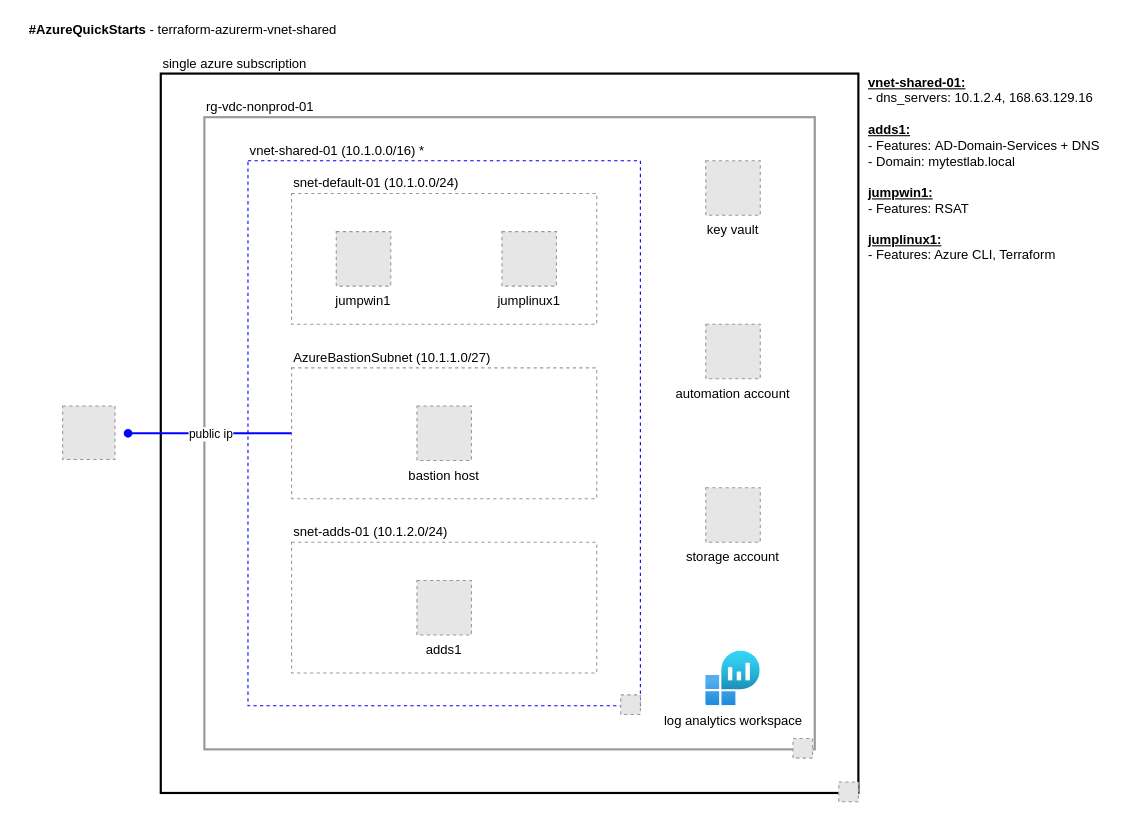
doherty100/azuresandbox keeps this draw.io diagram as terraform-azurerm-vnet-shared/vnet-shared-diagram.drawio. Above is the earlier version. Source tidied: cells renumbered, new cells numbered last; positions are measured from the earlier drawing's top-left corner, leaving out a move shared by most shapes. Both pictures are drawn from the tidied source at 109%, with x=0, y=0 at pixel (19, 19). Pictures stored in the file or linked from it are replaced by grey dashed boxes.
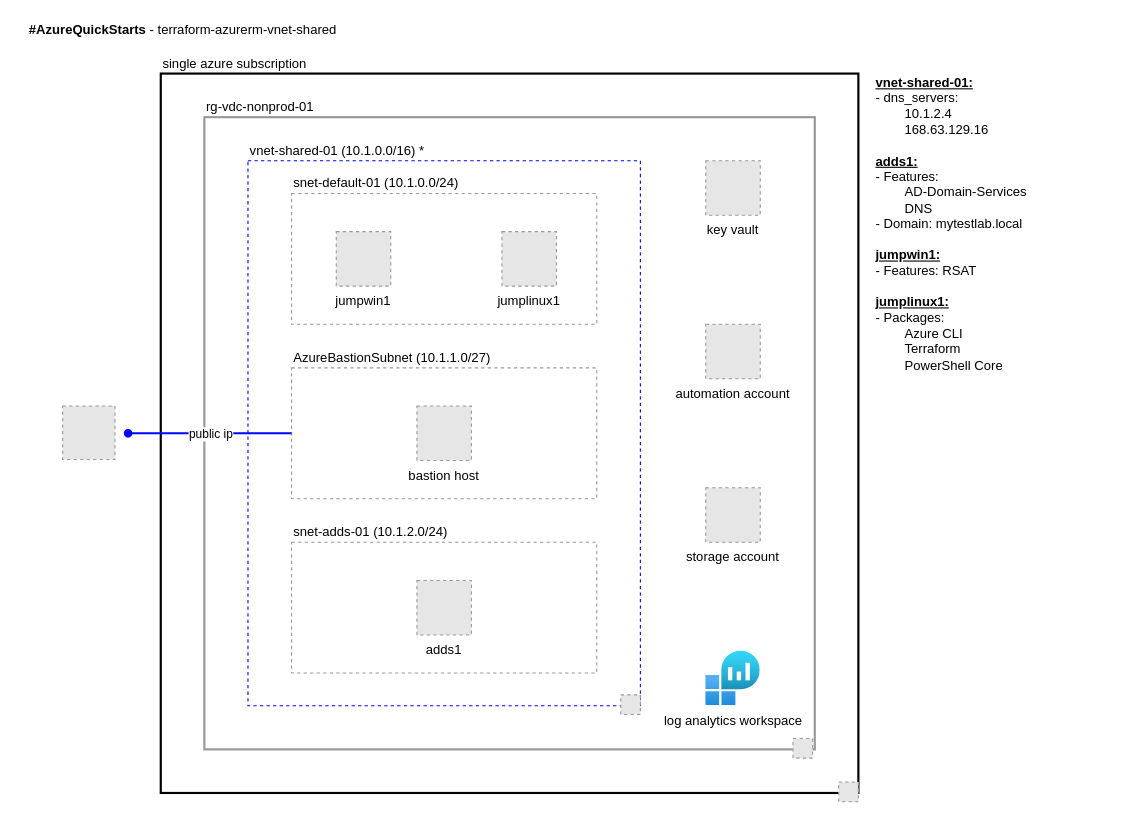
After the change.

Diff of the diagram source:
```diff
@@
-    <mxCell id="20" value="&lt;div style=&quot;text-align: left&quot;&gt;&lt;span&gt;&lt;u&gt;&lt;b&gt;vnet-shared-01:&lt;/b&gt;&lt;/u&gt;&lt;/span&gt;&lt;/div&gt;&lt;div style=&quot;text-align: left&quot;&gt;&lt;span&gt;- dns_servers:&amp;nbsp;&lt;/span&gt;&lt;span&gt;10.1.2.4, 1&lt;/span&gt;&lt;span&gt;68.63.129.16&lt;/span&gt;&lt;/div&gt;&lt;div style=&quot;text-align: left&quot;&gt;&lt;span&gt;&lt;br&gt;&lt;/span&gt;&lt;/div&gt;&lt;div style=&quot;text-align: left&quot;&gt;&lt;div&gt;&lt;u&gt;&lt;b&gt;adds1:&lt;/b&gt;&lt;/u&gt;&lt;/div&gt;&lt;span style=&quot;text-align: center&quot;&gt;- Features:&amp;nbsp;AD-Domain-Services + DNS&lt;/span&gt;&lt;br style=&quot;text-align: center&quot;&gt;&lt;div&gt;- Domain: mytestlab.local&lt;/div&gt;&lt;div&gt;&lt;br&gt;&lt;/div&gt;&lt;/div&gt;&lt;div style=&quot;text-align: left&quot;&gt;&lt;b&gt;&lt;u&gt;jumpwin1:&lt;/u&gt;&lt;/b&gt;&lt;/div&gt;&lt;div style=&quot;text-align: left&quot;&gt;- Features: RSAT&lt;/div&gt;&lt;div style=&quot;text-align: left&quot;&gt;&lt;span&gt;&lt;br&gt;&lt;/span&gt;&lt;/div&gt;&lt;div style=&quot;text-align: left&quot;&gt;&lt;div&gt;&lt;b&gt;&lt;u&gt;jumplinux1:&lt;/u&gt;&lt;/b&gt;&lt;/div&gt;&lt;div&gt;- Features: Azure CLI, Terraform&lt;/div&gt;&lt;div&gt;&lt;br&gt;&lt;/div&gt;&lt;/div&gt;" style="text;html=1;align=center;verticalAlign=middle;rounded=0;fontColor=#000000;" parent="1" vertex="1">
-      <mxGeometry x="770" y="50" width="230" height="190" as="geometry" />
+    <mxCell id="20" value="&lt;div style=&quot;text-align: left&quot;&gt;&lt;span&gt;&lt;u&gt;&lt;b&gt;vnet-shared-01:&lt;/b&gt;&lt;/u&gt;&lt;/span&gt;&lt;/div&gt;&lt;div style=&quot;text-align: left&quot;&gt;&lt;span&gt;- dns_servers:&amp;nbsp;&lt;/span&gt;&lt;/div&gt;&lt;div style=&quot;text-align: left&quot;&gt;&lt;span&gt;&lt;span style=&quot;white-space: pre&quot;&gt;&#9;&lt;/span&gt;10.1.2.4&lt;/span&gt;&lt;/div&gt;&lt;div style=&quot;text-align: left&quot;&gt;&lt;span&gt;&lt;span style=&quot;white-space: pre&quot;&gt;&#9;&lt;/span&gt;1&lt;/span&gt;&lt;span&gt;68.63.129.16&lt;/span&gt;&lt;/div&gt;&lt;div style=&quot;text-align: left&quot;&gt;&lt;span&gt;&lt;br&gt;&lt;/span&gt;&lt;/div&gt;&lt;div style=&quot;text-align: left&quot;&gt;&lt;div&gt;&lt;u&gt;&lt;b&gt;adds1:&lt;/b&gt;&lt;/u&gt;&lt;/div&gt;&lt;span style=&quot;text-align: center&quot;&gt;- Features:&amp;nbsp;&lt;/span&gt;&lt;/div&gt;&lt;div style=&quot;text-align: left&quot;&gt;&lt;span style=&quot;text-align: center&quot;&gt;&lt;span style=&quot;white-space: pre&quot;&gt;&#9;&lt;/span&gt;AD-Domain-Services&lt;/span&gt;&lt;/div&gt;&lt;div style=&quot;text-align: left&quot;&gt;&lt;span style=&quot;text-align: center&quot;&gt;&lt;span style=&quot;white-space: pre&quot;&gt;&#9;&lt;/span&gt;DNS&lt;/span&gt;&lt;br style=&quot;text-align: center&quot;&gt;&lt;div&gt;- Domain: mytestlab.local&lt;/div&gt;&lt;div&gt;&lt;br&gt;&lt;/div&gt;&lt;/div&gt;&lt;div style=&quot;text-align: left&quot;&gt;&lt;b&gt;&lt;u&gt;jumpwin1:&lt;/u&gt;&lt;/b&gt;&lt;/div&gt;&lt;div style=&quot;text-align: left&quot;&gt;- Features: RSAT&lt;/div&gt;&lt;div style=&quot;text-align: left&quot;&gt;&lt;span&gt;&lt;br&gt;&lt;/span&gt;&lt;/div&gt;&lt;div style=&quot;text-align: left&quot;&gt;&lt;div&gt;&lt;b&gt;&lt;u&gt;jumplinux1:&lt;/u&gt;&lt;/b&gt;&lt;/div&gt;&lt;div&gt;- Packages:&amp;nbsp;&lt;/div&gt;&lt;div&gt;&lt;span style=&quot;white-space: pre&quot;&gt;&#9;&lt;/span&gt;Azure CLI&lt;/div&gt;&lt;div&gt;&lt;span style=&quot;white-space: pre&quot;&gt;&#9;&lt;/span&gt;Terraform&lt;/div&gt;&lt;div&gt;&lt;span style=&quot;white-space: pre&quot;&gt;&#9;&lt;/span&gt;PowerShell Core&lt;br&gt;&lt;/div&gt;&lt;div&gt;&lt;br&gt;&lt;/div&gt;&lt;/div&gt;" style="text;html=1;align=center;verticalAlign=middle;rounded=0;fontColor=#000000;" parent="1" vertex="1">
+      <mxGeometry x="780" y="50" width="150" height="290" as="geometry" />
     </mxCell>
```
